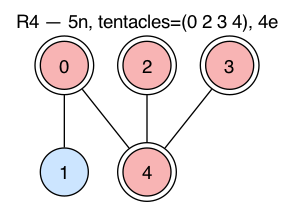
Earlier version of the Graphviz export elecnet-drawings/R4.png (lamestllama/hrg-racket). Its source is kept beside it as elecnet-drawings/R4.dot. The source it was exported from:
```dot
graph rule {
  label="R4 — 5n, tentacles=(0 2 3 4), 4e";
  labelloc=t;
  fontname=Helvetica;
  node [fontname=Helvetica];
  n0 [label="0", style=filled, fillcolor="#f8b4b4", shape=doublecircle];
  n1 [label="1", style=filled, fillcolor="#cce5ff", shape=circle];
  n2 [label="2", style=filled, fillcolor="#f8b4b4", shape=doublecircle];
  n3 [label="3", style=filled, fillcolor="#f8b4b4", shape=doublecircle];
  n4 [label="4", style=filled, fillcolor="#f8b4b4", shape=doublecircle];
  n0 -- n1;
  n0 -- n4;
  n2 -- n4;
  n3 -- n4;
}
```
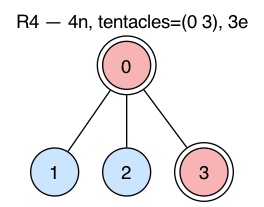
After the commit.

Diff of the diagram source:
```diff
@@ -1,15 +1,13 @@
 graph rule {
-  label="R4 — 5n, tentacles=(0 2 3 4), 4e";
+  label="R4 — 4n, tentacles=(0 3), 3e";
   labelloc=t;
   fontname=Helvetica;
   node [fontname=Helvetica];
   n0 [label="0", style=filled, fillcolor="#f8b4b4", shape=doublecircle];
   n1 [label="1", style=filled, fillcolor="#cce5ff", shape=circle];
-  n2 [label="2", style=filled, fillcolor="#f8b4b4", shape=doublecircle];
+  n2 [label="2", style=filled, fillcolor="#cce5ff", shape=circle];
   n3 [label="3", style=filled, fillcolor="#f8b4b4", shape=doublecircle];
-  n4 [label="4", style=filled, fillcolor="#f8b4b4", shape=doublecircle];
   n0 -- n1;
-  n0 -- n4;
-  n2 -- n4;
-  n3 -- n4;
+  n0 -- n2;
+  n0 -- n3;
 }
```
